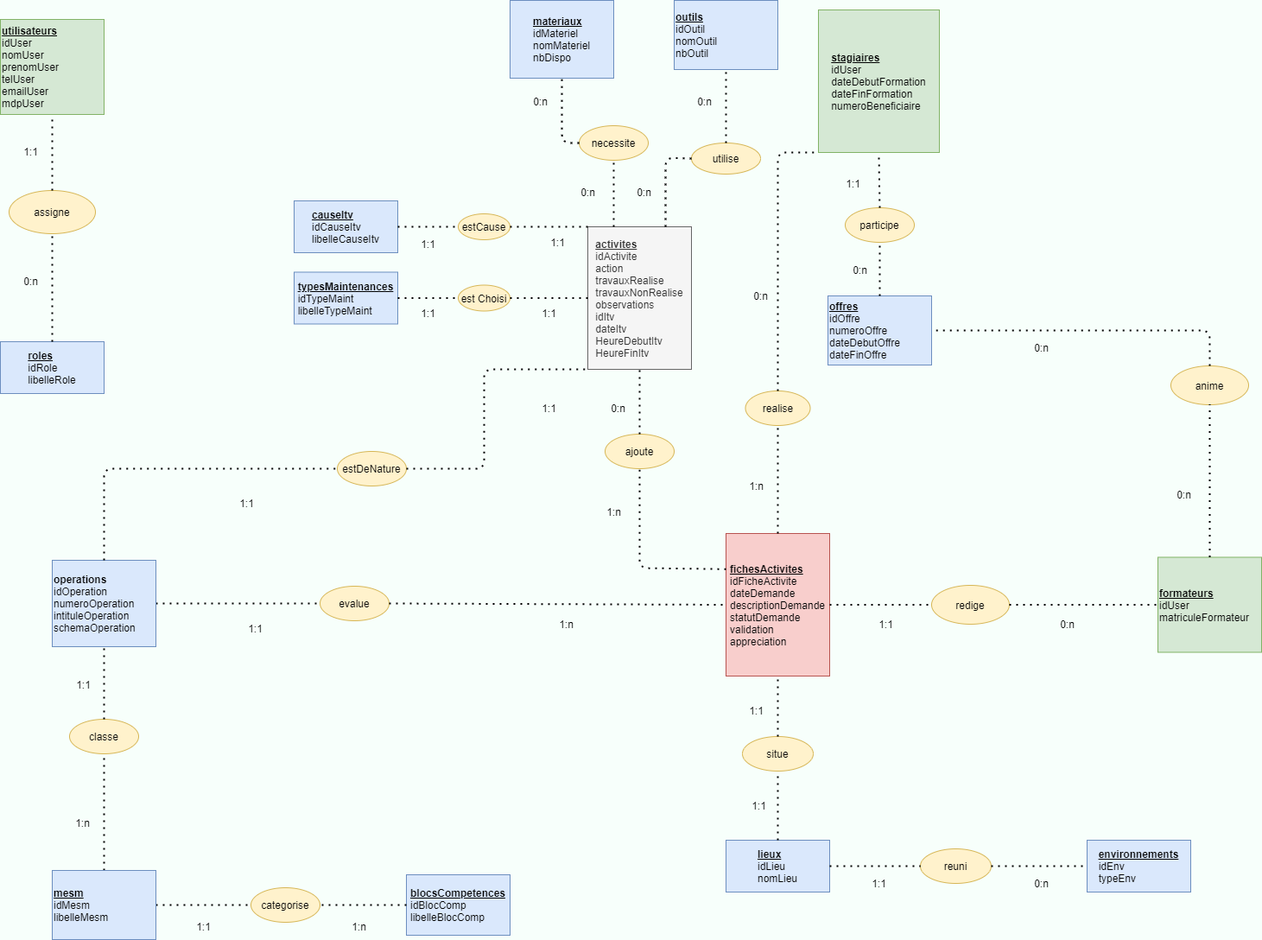
tancraft/Stage keeps this draw.io diagram as DOCS/mcdprovisoire.PNG. Above is the earlier version. Source tidied: cells renumbered, new cells last; positions are measured from the earlier drawing's top-left corner, leaving out a move shared by most shapes.
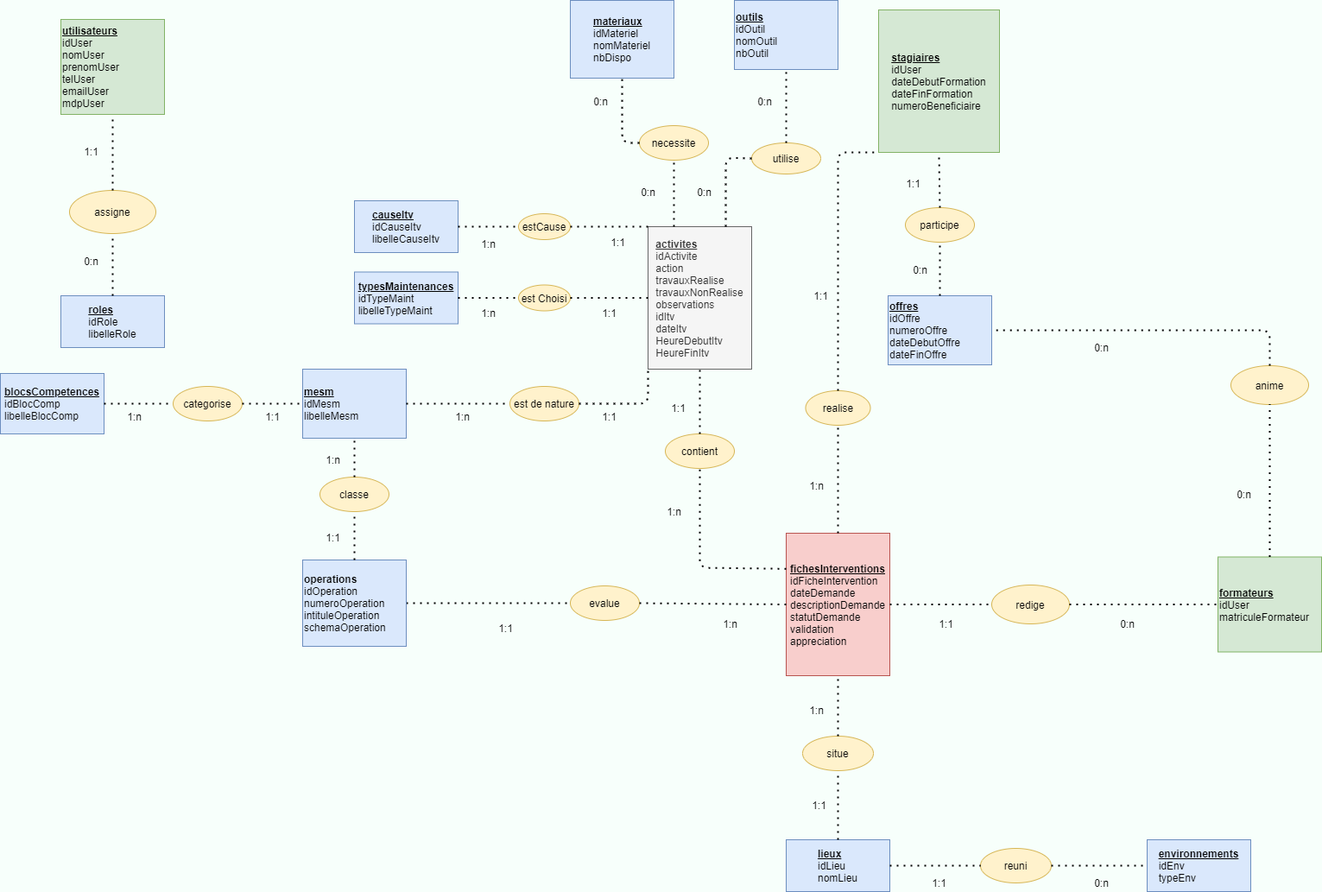
The same file after the commit.

What changed in the source:
```diff
@@ -11,7 +11,7 @@
     <mxCell id="4" value="&lt;u style=&quot;font-weight: bold&quot;&gt;outils&lt;/u&gt;&lt;br&gt;idOutil&lt;br&gt;nomOutil&lt;br&gt;nbOutil" style="rounded=0;whiteSpace=wrap;html=1;align=left;fillColor=#dae8fc;strokeColor=#6c8ebf;" parent="1" vertex="1">
       <mxGeometry x="780" width="120" height="80" as="geometry" />
     </mxCell>
-    <mxCell id="5" value="&lt;div style=&quot;text-align: left&quot;&gt;&lt;b&gt;&lt;u&gt;fichesActivites&lt;/u&gt;&lt;/b&gt;&lt;/div&gt;&lt;div style=&quot;text-align: left&quot;&gt;&lt;span&gt;idFicheActivite&lt;/span&gt;&lt;/div&gt;&lt;div style=&quot;text-align: left&quot;&gt;&lt;span&gt;dateDemande&lt;/span&gt;&lt;/div&gt;&lt;div style=&quot;text-align: left&quot;&gt;&lt;span&gt;descriptionDemande&lt;/span&gt;&lt;/div&gt;&lt;div style=&quot;text-align: left&quot;&gt;&lt;span&gt;statutDemande&lt;/span&gt;&lt;/div&gt;&lt;div style=&quot;text-align: left&quot;&gt;&lt;span&gt;validation&lt;/span&gt;&lt;/div&gt;&lt;div style=&quot;text-align: left&quot;&gt;&lt;span&gt;appreciation&lt;/span&gt;&lt;/div&gt;" style="rounded=0;whiteSpace=wrap;html=1;fillColor=#f8cecc;strokeColor=#b85450;" parent="1" vertex="1">
+    <mxCell id="5" value="&lt;div style=&quot;text-align: left&quot;&gt;&lt;b&gt;&lt;u&gt;fichesInterventions&lt;/u&gt;&lt;/b&gt;&lt;/div&gt;&lt;div style=&quot;text-align: left&quot;&gt;&lt;span&gt;idFicheIntervention&lt;/span&gt;&lt;/div&gt;&lt;div style=&quot;text-align: left&quot;&gt;&lt;span&gt;dateDemande&lt;/span&gt;&lt;/div&gt;&lt;div style=&quot;text-align: left&quot;&gt;&lt;span&gt;descriptionDemande&lt;/span&gt;&lt;/div&gt;&lt;div style=&quot;text-align: left&quot;&gt;&lt;span&gt;statutDemande&lt;/span&gt;&lt;/div&gt;&lt;div style=&quot;text-align: left&quot;&gt;&lt;span&gt;validation&lt;/span&gt;&lt;/div&gt;&lt;div style=&quot;text-align: left&quot;&gt;&lt;span&gt;appreciation&lt;/span&gt;&lt;/div&gt;" style="rounded=0;whiteSpace=wrap;html=1;fillColor=#f8cecc;strokeColor=#b85450;" parent="1" vertex="1">
       <mxGeometry x="840" y="617" width="120" height="165" as="geometry" />
     </mxCell>
     <mxCell id="6" value="&lt;div style=&quot;text-align: left&quot;&gt;&lt;u style=&quot;font-weight: bold&quot;&gt;environnements&lt;/u&gt;&lt;/div&gt;&lt;div style=&quot;text-align: left&quot;&gt;&lt;span&gt;idEnv&lt;/span&gt;&lt;/div&gt;&lt;div style=&quot;text-align: left&quot;&gt;&lt;span&gt;typeEnv&lt;/span&gt;&lt;/div&gt;" style="rounded=0;whiteSpace=wrap;html=1;fillColor=#dae8fc;strokeColor=#6c8ebf;" parent="1" vertex="1">
@@ -21,7 +21,7 @@
       <mxGeometry x="590" width="120" height="90" as="geometry" />
     </mxCell>
     <mxCell id="8" value="&lt;div style=&quot;text-align: left&quot;&gt;&lt;b&gt;&lt;u&gt;blocsCompetences&lt;/u&gt;&lt;/b&gt;&lt;/div&gt;&lt;div style=&quot;text-align: left&quot;&gt;&lt;span&gt;idBlocComp&lt;/span&gt;&lt;/div&gt;&lt;div style=&quot;text-align: left&quot;&gt;&lt;span&gt;libelleBlocComp&lt;/span&gt;&lt;/div&gt;" style="rounded=0;whiteSpace=wrap;html=1;fillColor=#dae8fc;strokeColor=#6c8ebf;" parent="1" vertex="1">
-      <mxGeometry x="470" y="1012" width="120" height="70" as="geometry" />
+      <mxGeometry x="-70" y="432" width="120" height="70" as="geometry" />
     </mxCell>
     <mxCell id="9" value="&lt;div style=&quot;text-align: left&quot;&gt;&lt;u style=&quot;font-weight: bold&quot;&gt;typesMaintenances&lt;/u&gt;&lt;/div&gt;&lt;div style=&quot;text-align: left&quot;&gt;&lt;span&gt;idTypeMaint&lt;/span&gt;&lt;/div&gt;&lt;div style=&quot;text-align: left&quot;&gt;&lt;span&gt;libelleTypeMaint&lt;/span&gt;&lt;/div&gt;" style="rounded=0;whiteSpace=wrap;html=1;fillColor=#dae8fc;strokeColor=#6c8ebf;" parent="1" vertex="1">
       <mxGeometry x="340" y="314.5" width="120" height="60" as="geometry" />
@@ -100,7 +100,7 @@
     <mxCell id="31" value="1:n" style="text;html=1;align=center;verticalAlign=middle;" parent="1" vertex="1">
       <mxGeometry x="860" y="552" width="30" height="20" as="geometry" />
     </mxCell>
-    <mxCell id="32" value="0:n" style="text;html=1;align=center;verticalAlign=middle;" parent="1" vertex="1">
+    <mxCell id="32" value="1:1" style="text;html=1;align=center;verticalAlign=middle;" parent="1" vertex="1">
       <mxGeometry x="865" y="332" width="30" height="20" as="geometry" />
     </mxCell>
     <mxCell id="33" value="utilise" style="ellipse;whiteSpace=wrap;html=1;fillColor=#fff2cc;strokeColor=#d6b656;" parent="1" vertex="1">
@@ -141,7 +141,7 @@
     <mxCell id="42" value="0:n" style="text;html=1;align=center;verticalAlign=middle;" parent="1" vertex="1">
       <mxGeometry x="610" y="107" width="30" height="20" as="geometry" />
     </mxCell>
-    <mxCell id="43" value="ajoute" style="ellipse;whiteSpace=wrap;html=1;fillColor=#fff2cc;strokeColor=#d6b656;" parent="1" vertex="1">
+    <mxCell id="43" value="contient" style="ellipse;whiteSpace=wrap;html=1;fillColor=#fff2cc;strokeColor=#d6b656;" parent="1" vertex="1">
       <mxGeometry x="700" y="502" width="80" height="40" as="geometry" />
     </mxCell>
     <mxCell id="44" style="endArrow=none;dashed=1;html=1;dashPattern=1 3;strokeWidth=2;entryX=0.5;entryY=1;entryDx=0;entryDy=0;exitX=0.5;exitY=0;exitDx=0;exitDy=0;" parent="1" edge="1" source="43" target="2">
@@ -154,26 +154,14 @@
         </Array>
       </mxGeometry>
     </mxCell>
-    <mxCell id="46" value="0:n" style="text;html=1;align=center;verticalAlign=middle;" parent="1" vertex="1">
+    <mxCell id="46" value="1:1" style="text;html=1;align=center;verticalAlign=middle;" parent="1" vertex="1">
       <mxGeometry x="700" y="462" width="30" height="20" as="geometry" />
     </mxCell>
     <mxCell id="47" value="1:n" style="text;html=1;align=center;verticalAlign=middle;" parent="1" vertex="1">
       <mxGeometry x="695" y="582" width="30" height="20" as="geometry" />
     </mxCell>
-    <mxCell id="48" value="categorise" style="ellipse;whiteSpace=wrap;html=1;fillColor=#fff2cc;strokeColor=#d6b656;" parent="1" vertex="1">
-      <mxGeometry x="290" y="1027" width="80" height="40" as="geometry" />
-    </mxCell>
-    <mxCell id="49" style="endArrow=none;dashed=1;html=1;dashPattern=1 3;strokeWidth=2;entryX=1;entryY=0.5;entryDx=0;entryDy=0;exitX=0;exitY=0.5;exitDx=0;exitDy=0;" parent="1" edge="1" source="8" target="48">
-      <mxGeometry relative="1" as="geometry" />
-    </mxCell>
-    <mxCell id="50" style="endArrow=none;dashed=1;html=1;dashPattern=1 3;strokeWidth=2;entryX=0;entryY=0.5;entryDx=0;entryDy=0;exitX=1;exitY=0.5;exitDx=0;exitDy=0;" parent="1" edge="1" source="68" target="48">
-      <mxGeometry relative="1" as="geometry" />
-    </mxCell>
-    <mxCell id="51" value="classe" style="ellipse;whiteSpace=wrap;html=1;fillColor=#fff2cc;strokeColor=#d6b656;" parent="1" vertex="1">
-      <mxGeometry x="80" y="832" width="80" height="40" as="geometry" />
-    </mxCell>
     <mxCell id="52" value="evalue" style="ellipse;whiteSpace=wrap;html=1;fillColor=#fff2cc;strokeColor=#d6b656;" parent="1" vertex="1">
-      <mxGeometry x="370" y="678" width="80" height="40" as="geometry" />
+      <mxGeometry x="590" y="678" width="80" height="40" as="geometry" />
     </mxCell>
     <mxCell id="53" style="endArrow=none;dashed=1;html=1;dashPattern=1 3;strokeWidth=2;entryX=0;entryY=0.5;entryDx=0;entryDy=0;exitX=1;exitY=0.5;exitDx=0;exitDy=0;" parent="1" edge="1" source="69" target="52">
       <mxGeometry relative="1" as="geometry" />
@@ -181,32 +169,26 @@
     <mxCell id="54" style="endArrow=none;dashed=1;html=1;dashPattern=1 3;strokeWidth=2;exitX=1;exitY=0.5;exitDx=0;exitDy=0;entryX=0;entryY=0.5;entryDx=0;entryDy=0;" parent="1" edge="1" source="52" target="5">
       <mxGeometry relative="1" as="geometry" />
     </mxCell>
-    <mxCell id="55" style="endArrow=none;dashed=1;html=1;dashPattern=1 3;strokeWidth=2;exitX=0.5;exitY=0;exitDx=0;exitDy=0;entryX=0.5;entryY=1;entryDx=0;entryDy=0;" parent="1" edge="1" source="51" target="69">
-      <mxGeometry relative="1" as="geometry" />
-    </mxCell>
-    <mxCell id="56" style="endArrow=none;dashed=1;html=1;dashPattern=1 3;strokeWidth=2;entryX=0.5;entryY=1;entryDx=0;entryDy=0;exitX=0.5;exitY=0;exitDx=0;exitDy=0;" parent="1" edge="1" source="68" target="51">
-      <mxGeometry relative="1" as="geometry" />
-    </mxCell>
     <mxCell id="57" value="1:1" style="text;html=1;align=center;verticalAlign=middle;" parent="1" vertex="1">
-      <mxGeometry x="280" y="717" width="30" height="20" as="geometry" />
+      <mxGeometry x="500" y="717" width="30" height="20" as="geometry" />
     </mxCell>
     <mxCell id="58" value="1:n" style="text;html=1;align=center;verticalAlign=middle;" parent="1" vertex="1">
-      <mxGeometry x="640" y="712" width="30" height="20" as="geometry" />
+      <mxGeometry x="760" y="712" width="30" height="20" as="geometry" />
     </mxCell>
     <mxCell id="59" value="reuni" style="ellipse;whiteSpace=wrap;html=1;fillColor=#fff2cc;strokeColor=#d6b656;" parent="1" vertex="1">
       <mxGeometry x="1065" y="982" width="82" height="40" as="geometry" />
     </mxCell>
     <mxCell id="60" value="1:1" style="text;html=1;align=center;verticalAlign=middle;" parent="1" vertex="1">
-      <mxGeometry x="220" y="1062" width="30" height="20" as="geometry" />
+      <mxGeometry x="230" y="472" width="30" height="20" as="geometry" />
     </mxCell>
     <mxCell id="61" value="1:n" style="text;html=1;align=center;verticalAlign=middle;" parent="1" vertex="1">
-      <mxGeometry x="400" y="1062" width="30" height="20" as="geometry" />
+      <mxGeometry x="70" y="472" width="30" height="20" as="geometry" />
     </mxCell>
     <mxCell id="62" value="1:1" style="text;html=1;align=center;verticalAlign=middle;" parent="1" vertex="1">
-      <mxGeometry x="81" y="782" width="30" height="20" as="geometry" />
+      <mxGeometry x="300" y="612" width="30" height="20" as="geometry" />
     </mxCell>
     <mxCell id="63" value="1:n" style="text;html=1;align=center;verticalAlign=middle;" parent="1" vertex="1">
-      <mxGeometry x="80" y="942" width="30" height="20" as="geometry" />
+      <mxGeometry x="300" y="522" width="30" height="20" as="geometry" />
     </mxCell>
     <mxCell id="64" style="endArrow=none;dashed=1;html=1;dashPattern=1 3;strokeWidth=2;entryX=0;entryY=0.5;entryDx=0;entryDy=0;exitX=1;exitY=0.5;exitDx=0;exitDy=0;" parent="1" edge="1" source="59" target="6">
       <mxGeometry relative="1" as="geometry" />
@@ -220,11 +202,8 @@
     <mxCell id="67" style="endArrow=none;dashed=1;html=1;dashPattern=1 3;strokeWidth=2;entryX=0;entryY=0.5;entryDx=0;entryDy=0;exitX=1;exitY=0.5;exitDx=0;exitDy=0;" parent="1" edge="1" source="9" target="66">
       <mxGeometry relative="1" as="geometry" />
     </mxCell>
-    <mxCell id="68" value="&lt;b&gt;&lt;u&gt;mesm&lt;/u&gt;&lt;/b&gt;&lt;br&gt;idMesm&lt;br&gt;libelleMesm" style="rounded=0;whiteSpace=wrap;html=1;align=left;fillColor=#dae8fc;strokeColor=#6c8ebf;" parent="1" vertex="1">
-      <mxGeometry x="60" y="1007" width="120" height="80" as="geometry" />
-    </mxCell>
     <mxCell id="69" value="&lt;b&gt;operations&lt;/b&gt;&lt;br&gt;idOperation&lt;br&gt;numeroOperation&lt;br&gt;intituleOperation&lt;br&gt;schemaOperation" style="rounded=0;whiteSpace=wrap;html=1;align=left;fillColor=#dae8fc;strokeColor=#6c8ebf;" parent="1" vertex="1">
-      <mxGeometry x="60" y="648" width="120" height="100" as="geometry" />
+      <mxGeometry x="280" y="648" width="120" height="100" as="geometry" />
     </mxCell>
     <mxCell id="70" value="&lt;div style=&quot;text-align: left&quot;&gt;&lt;b&gt;&lt;u&gt;causeItv&lt;/u&gt;&lt;/b&gt;&lt;/div&gt;&lt;div style=&quot;text-align: left&quot;&gt;idCauseItv&lt;/div&gt;&lt;div style=&quot;text-align: left&quot;&gt;libelleCauseItv&lt;/div&gt;" style="rounded=0;whiteSpace=wrap;html=1;fillColor=#dae8fc;strokeColor=#6c8ebf;" parent="1" vertex="1">
       <mxGeometry x="340" y="232" width="120" height="60" as="geometry" />
@@ -257,7 +236,7 @@
       <mxGeometry y="22" width="120" height="110" as="geometry" />
     </mxCell>
     <mxCell id="80" value="&lt;div style=&quot;text-align: left&quot;&gt;&lt;b&gt;&lt;u&gt;roles&lt;/u&gt;&lt;/b&gt;&lt;/div&gt;&lt;div style=&quot;text-align: left&quot;&gt;&lt;span&gt;idRole&lt;/span&gt;&lt;/div&gt;&lt;div style=&quot;text-align: left&quot;&gt;&lt;span&gt;libelleRole&lt;/span&gt;&lt;/div&gt;" style="rounded=0;whiteSpace=wrap;html=1;fillColor=#dae8fc;strokeColor=#6c8ebf;" parent="1" vertex="1">
-      <mxGeometry y="395" width="120" height="60" as="geometry" />
+      <mxGeometry y="342" width="120" height="60" as="geometry" />
     </mxCell>
     <mxCell id="81" value="assigne" style="ellipse;whiteSpace=wrap;html=1;fillColor=#fff2cc;strokeColor=#d6b656;" parent="1" vertex="1">
       <mxGeometry x="10" y="220" width="100" height="50" as="geometry" />
@@ -266,7 +245,7 @@
       <mxGeometry x="20" y="165" width="30" height="20" as="geometry" />
     </mxCell>
     <mxCell id="83" value="0:n" style="text;html=1;align=center;verticalAlign=middle;" parent="1" vertex="1">
-      <mxGeometry x="20" y="314.5" width="30" height="20" as="geometry" />
+      <mxGeometry x="20" y="292" width="30" height="20" as="geometry" />
     </mxCell>
     <mxCell id="84" style="endArrow=none;dashed=1;html=1;dashPattern=1 3;strokeWidth=2;exitX=0.5;exitY=0;exitDx=0;exitDy=0;entryX=0.5;entryY=1;entryDx=0;entryDy=0;" parent="1" edge="1" source="81" target="79">
       <mxGeometry relative="1" as="geometry" />
@@ -277,47 +256,63 @@
     <mxCell id="86" style="endArrow=none;dashed=1;html=1;dashPattern=1 3;strokeWidth=2;entryX=0;entryY=0.5;entryDx=0;entryDy=0;exitX=1;exitY=0.5;exitDx=0;exitDy=0;" parent="1" edge="1" source="66" target="2">
       <mxGeometry relative="1" as="geometry" />
     </mxCell>
-    <mxCell id="87" value="estDeNature" style="ellipse;whiteSpace=wrap;html=1;fillColor=#fff2cc;strokeColor=#d6b656;" parent="1" vertex="1">
-      <mxGeometry x="390" y="522" width="80" height="40" as="geometry" />
-    </mxCell>
-    <mxCell id="88" style="endArrow=none;dashed=1;html=1;dashPattern=1 3;strokeWidth=2;exitX=0.5;exitY=0;exitDx=0;exitDy=0;entryX=0;entryY=0.5;entryDx=0;entryDy=0;" parent="1" edge="1" source="69" target="87">
-      <mxGeometry relative="1" as="geometry">
-        <Array as="points">
-          <mxPoint x="120" y="542" />
-        </Array>
-      </mxGeometry>
-    </mxCell>
-    <mxCell id="89" style="endArrow=none;dashed=1;html=1;dashPattern=1 3;strokeWidth=2;exitX=1;exitY=0.5;exitDx=0;exitDy=0;entryX=0;entryY=1;entryDx=0;entryDy=0;" parent="1" edge="1" source="87" target="2">
-      <mxGeometry relative="1" as="geometry">
-        <Array as="points">
-          <mxPoint x="560" y="542" />
-          <mxPoint x="560" y="427" />
-        </Array>
-      </mxGeometry>
-    </mxCell>
     <mxCell id="90" value="1:1" style="text;html=1;align=center;verticalAlign=middle;" parent="1" vertex="1">
       <mxGeometry x="862.5" y="922" width="30" height="20" as="geometry" />
     </mxCell>
-    <mxCell id="91" value="1:1" style="text;html=1;align=center;verticalAlign=middle;" parent="1" vertex="1">
+    <mxCell id="91" value="1:n" style="text;html=1;align=center;verticalAlign=middle;" parent="1" vertex="1">
       <mxGeometry x="860" y="812" width="30" height="20" as="geometry" />
     </mxCell>
-    <mxCell id="92" value="1:1" style="text;html=1;align=center;verticalAlign=middle;" parent="1" vertex="1">
-      <mxGeometry x="270" y="572" width="30" height="20" as="geometry" />
-    </mxCell>
-    <mxCell id="93" value="1:1" style="text;html=1;align=center;verticalAlign=middle;" parent="1" vertex="1">
-      <mxGeometry x="620" y="462" width="30" height="20" as="geometry" />
-    </mxCell>
-    <mxCell id="94" value="1:1" style="text;html=1;align=center;verticalAlign=middle;" parent="1" vertex="1">
+    <mxCell id="94" value="1:n" style="text;html=1;align=center;verticalAlign=middle;" parent="1" vertex="1">
       <mxGeometry x="480" y="352" width="30" height="20" as="geometry" />
     </mxCell>
     <mxCell id="95" value="1:1" style="text;html=1;align=center;verticalAlign=middle;" parent="1" vertex="1">
       <mxGeometry x="620" y="352" width="30" height="20" as="geometry" />
     </mxCell>
-    <mxCell id="96" value="1:1" style="text;html=1;align=center;verticalAlign=middle;" parent="1" vertex="1">
+    <mxCell id="96" value="1:n" style="text;html=1;align=center;verticalAlign=middle;" parent="1" vertex="1">
       <mxGeometry x="480" y="272" width="30" height="20" as="geometry" />
     </mxCell>
     <mxCell id="97" value="1:1" style="text;html=1;align=center;verticalAlign=middle;" parent="1" vertex="1">
       <mxGeometry x="630" y="270" width="30" height="20" as="geometry" />
     </mxCell>
+    <mxCell id="68" value="&lt;b&gt;&lt;u&gt;mesm&lt;/u&gt;&lt;/b&gt;&lt;br&gt;idMesm&lt;br&gt;libelleMesm" style="rounded=0;whiteSpace=wrap;html=1;align=left;fillColor=#dae8fc;strokeColor=#6c8ebf;" parent="1" vertex="1">
+      <mxGeometry x="280" y="427" width="120" height="80" as="geometry" />
+    </mxCell>
+    <mxCell id="48" value="categorise" style="ellipse;whiteSpace=wrap;html=1;fillColor=#fff2cc;strokeColor=#d6b656;" parent="1" vertex="1">
+      <mxGeometry x="130" y="447" width="80" height="40" as="geometry" />
+    </mxCell>
+    <mxCell id="51" value="classe" style="ellipse;whiteSpace=wrap;html=1;fillColor=#fff2cc;strokeColor=#d6b656;" parent="1" vertex="1">
+      <mxGeometry x="300" y="552" width="80" height="40" as="geometry" />
+    </mxCell>
+    <mxCell id="49" style="endArrow=none;dashed=1;html=1;dashPattern=1 3;strokeWidth=2;exitX=1;exitY=0.5;exitDx=0;exitDy=0;entryX=0;entryY=0.5;entryDx=0;entryDy=0;" parent="1" edge="1" source="8" target="48">
+      <mxGeometry relative="1" as="geometry" />
+    </mxCell>
+    <mxCell id="98" style="endArrow=none;dashed=1;html=1;dashPattern=1 3;strokeWidth=2;entryX=0;entryY=0.5;entryDx=0;entryDy=0;exitX=1;exitY=0.5;exitDx=0;exitDy=0;" parent="1" edge="1" source="48" target="68">
+      <mxGeometry relative="1" as="geometry" />
+    </mxCell>
+    <mxCell id="99" style="endArrow=none;dashed=1;html=1;dashPattern=1 3;strokeWidth=2;entryX=0.5;entryY=1;entryDx=0;entryDy=0;exitX=0.5;exitY=0;exitDx=0;exitDy=0;" parent="1" edge="1" source="51" target="68">
+      <mxGeometry relative="1" as="geometry" />
+    </mxCell>
+    <mxCell id="100" style="endArrow=none;dashed=1;html=1;dashPattern=1 3;strokeWidth=2;entryX=0.5;entryY=1;entryDx=0;entryDy=0;exitX=0.5;exitY=0;exitDx=0;exitDy=0;" parent="1" edge="1" source="69" target="51">
+      <mxGeometry relative="1" as="geometry" />
+    </mxCell>
+    <mxCell id="101" value="est de nature" style="ellipse;whiteSpace=wrap;html=1;fillColor=#fff2cc;strokeColor=#d6b656;" parent="1" vertex="1">
+      <mxGeometry x="520" y="447" width="80" height="40" as="geometry" />
+    </mxCell>
+    <mxCell id="102" style="endArrow=none;dashed=1;html=1;dashPattern=1 3;strokeWidth=2;exitX=1;exitY=0.5;exitDx=0;exitDy=0;entryX=0;entryY=0.5;entryDx=0;entryDy=0;" parent="1" edge="1" source="68" target="101">
+      <mxGeometry relative="1" as="geometry" />
+    </mxCell>
+    <mxCell id="103" style="endArrow=none;dashed=1;html=1;dashPattern=1 3;strokeWidth=2;exitX=1;exitY=0.5;exitDx=0;exitDy=0;entryX=0;entryY=1;entryDx=0;entryDy=0;" parent="1" edge="1" source="101" target="2">
+      <mxGeometry relative="1" as="geometry">
+        <Array as="points">
+          <mxPoint x="680" y="467" />
+        </Array>
+      </mxGeometry>
+    </mxCell>
+    <mxCell id="104" value="1:n" style="text;html=1;align=center;verticalAlign=middle;" parent="1" vertex="1">
+      <mxGeometry x="450" y="472" width="30" height="20" as="geometry" />
+    </mxCell>
+    <mxCell id="105" value="1:1" style="text;html=1;align=center;verticalAlign=middle;" parent="1" vertex="1">
+      <mxGeometry x="620" y="472" width="30" height="20" as="geometry" />
+    </mxCell>
   </root>
 </mxGraphModel>
```
